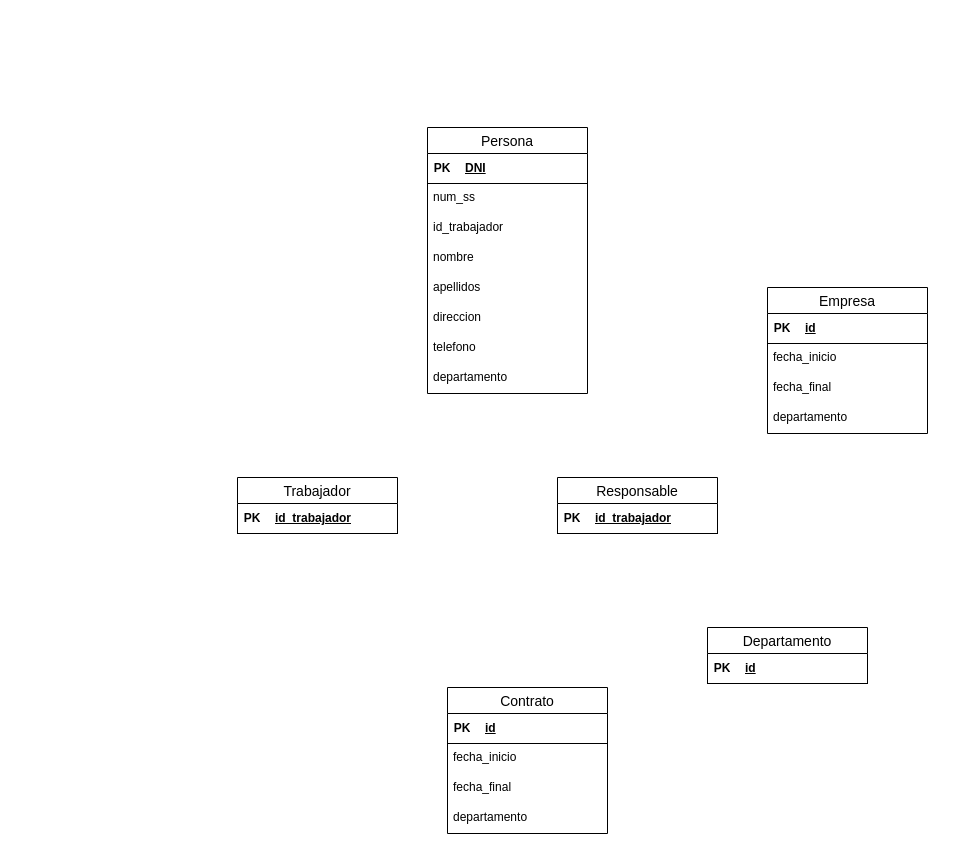
The draw.io diagram Exercici 7.drawio in Daninuro/diagrames-cvf-dn-mpl-n-11102023, before the edit. Source tidied: cells renumbered, new cells numbered last; positions are measured from the earlier drawing's top-left corner, leaving out a move shared by most shapes. Both pictures are drawn from the tidied source at 100%, with x=0, y=0 at pixel (237, 127).
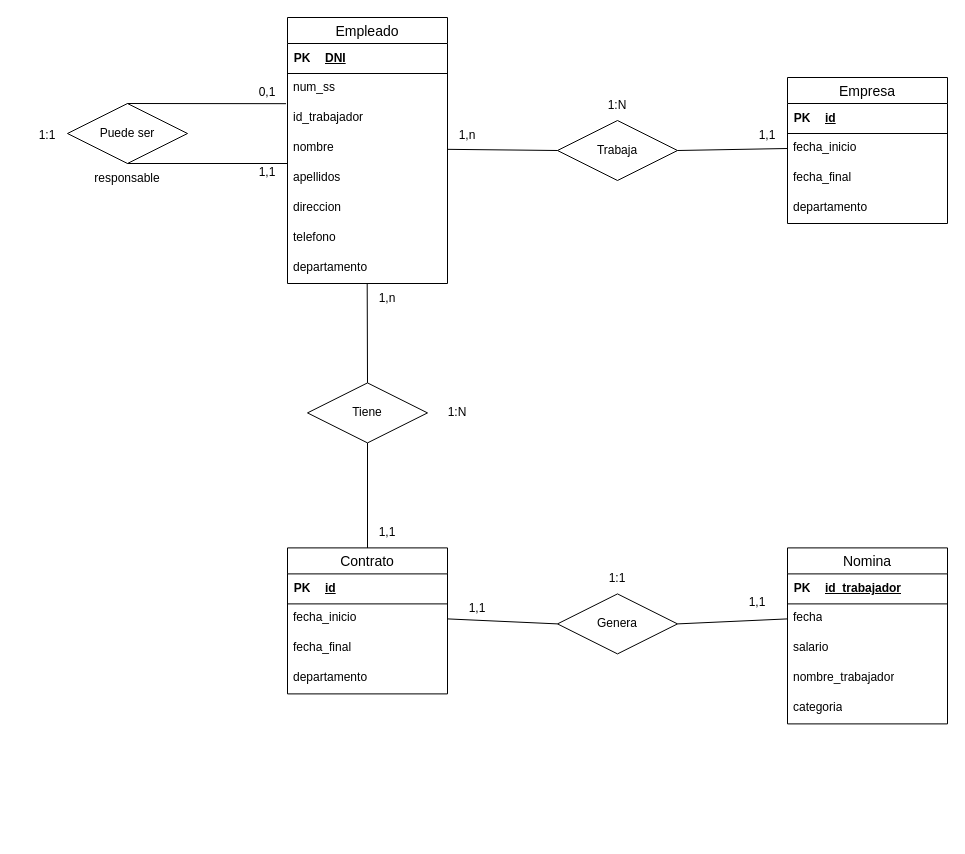
After the change.

Unchanged cells that the change refers to:
```xml
<mxCell id="7" value="num_ss" style="text;strokeColor=none;fillColor=none;spacingLeft=4;spacingRight=4;overflow=hidden;points=[[0,0.5],[1,0.5]];portConstraint=eastwest;fontSize=12;whiteSpace=wrap;html=1;" parent="2" vertex="1">
  <mxGeometry y="56" width="160" height="30" as="geometry" />
</mxCell>
<mxCell id="9" value="nombre" style="text;strokeColor=none;fillColor=none;spacingLeft=4;spacingRight=4;overflow=hidden;points=[[0,0.5],[1,0.5]];portConstraint=eastwest;fontSize=12;whiteSpace=wrap;html=1;" parent="2" vertex="1">
  <mxGeometry y="116" width="160" height="30" as="geometry" />
</mxCell>
<mxCell id="19" value="fecha_inicio" style="text;strokeColor=none;fillColor=none;spacingLeft=4;spacingRight=4;overflow=hidden;points=[[0,0.5],[1,0.5]];portConstraint=eastwest;fontSize=12;whiteSpace=wrap;html=1;" parent="14" vertex="1">
  <mxGeometry y="56" width="160" height="30" as="geometry" />
</mxCell>
<mxCell id="42" value="fecha_inicio" style="text;strokeColor=none;fillColor=none;spacingLeft=4;spacingRight=4;overflow=hidden;points=[[0,0.5],[1,0.5]];portConstraint=eastwest;fontSize=12;whiteSpace=wrap;html=1;" parent="37" vertex="1">
  <mxGeometry y="56" width="160" height="30" as="geometry" />
</mxCell>
```

Change to the diagram source:
```diff
@@
-    <mxCell id="2" value="Persona" style="swimlane;fontStyle=0;horizontal=1;startSize=26;align=center;fontSize=14;" parent="1" vertex="1">
-      <mxGeometry x="190" width="160" height="266" as="geometry" />
+    <mxCell id="2" value="Empleado" style="swimlane;fontStyle=0;horizontal=1;startSize=26;align=center;fontSize=14;" parent="1" vertex="1">
+      <mxGeometry x="50" y="-110" width="160" height="266" as="geometry" />
     </mxCell>
@@
     <mxCell id="14" value="Contrato" style="swimlane;fontStyle=0;horizontal=1;startSize=26;align=center;fontSize=14;" parent="1" vertex="1">
-      <mxGeometry x="210" y="560" width="160" height="146" as="geometry" />
+      <mxGeometry x="50" y="420.4" width="160" height="146" as="geometry" />
     </mxCell>
@@
-    <mxCell id="22" value="Trabajador" style="swimlane;fontStyle=0;horizontal=1;startSize=26;align=center;fontSize=14;" parent="1" vertex="1">
-      <mxGeometry y="350" width="160" height="56" as="geometry" />
-    </mxCell>
-    <mxCell id="23" style="shape=table;startSize=0;childLayout=tableLayout;rowLines=0;fontStyle=0;align=center;strokeColor=none;fillColor=none;" parent="22" vertex="1">
-      <mxGeometry y="26" width="160" height="30" as="geometry" />
-    </mxCell>
-    <mxCell id="24" style="shape=tableRow;horizontal=0;startSize=0;swimlaneHead=0;swimlaneBody=0;fillColor=none;top=0;left=0;right=0;bottom=1;" parent="23" vertex="1">
-      <mxGeometry width="160" height="30" as="geometry" />
-    </mxCell>
-    <mxCell id="25" value="PK" style="shape=partialRectangle;fillColor=none;top=0;left=0;bottom=0;right=0;fontStyle=1;overflow=hidden;whiteSpace=wrap;html=1;" parent="24" vertex="1">
-      <mxGeometry width="30" height="30" as="geometry" />
-    </mxCell>
-    <mxCell id="26" value="id_trabajador" style="shape=partialRectangle;fillColor=none;top=0;left=0;bottom=0;right=0;align=left;spacingLeft=6;fontStyle=5;overflow=hidden;whiteSpace=wrap;html=1;" parent="24" vertex="1">
-      <mxGeometry x="30" width="130" height="30" as="geometry" />
-    </mxCell>
-    <mxCell id="27" value="Responsable" style="swimlane;fontStyle=0;horizontal=1;startSize=26;align=center;fontSize=14;" parent="1" vertex="1">
-      <mxGeometry x="320" y="350" width="160" height="56" as="geometry" />
-    </mxCell>
-    <mxCell id="28" style="shape=table;startSize=0;childLayout=tableLayout;rowLines=0;fontStyle=0;align=center;strokeColor=none;fillColor=none;" parent="27" vertex="1">
-      <mxGeometry y="26" width="160" height="30" as="geometry" />
-    </mxCell>
-    <mxCell id="29" style="shape=tableRow;horizontal=0;startSize=0;swimlaneHead=0;swimlaneBody=0;fillColor=none;top=0;left=0;right=0;bottom=1;" parent="28" vertex="1">
-      <mxGeometry width="160" height="30" as="geometry" />
-    </mxCell>
-    <mxCell id="30" value="PK" style="shape=partialRectangle;fillColor=none;top=0;left=0;bottom=0;right=0;fontStyle=1;overflow=hidden;whiteSpace=wrap;html=1;" parent="29" vertex="1">
-      <mxGeometry width="30" height="30" as="geometry" />
-    </mxCell>
-    <mxCell id="31" value="id_trabajador" style="shape=partialRectangle;fillColor=none;top=0;left=0;bottom=0;right=0;align=left;spacingLeft=6;fontStyle=5;overflow=hidden;whiteSpace=wrap;html=1;" parent="29" vertex="1">
-      <mxGeometry x="30" width="130" height="30" as="geometry" />
-    </mxCell>
-    <mxCell id="32" value="Departamento" style="swimlane;fontStyle=0;horizontal=1;startSize=26;align=center;fontSize=14;" parent="1" vertex="1">
-      <mxGeometry x="470" y="500" width="160" height="56" as="geometry" />
-    </mxCell>
-    <mxCell id="33" style="shape=table;startSize=0;childLayout=tableLayout;rowLines=0;fontStyle=0;align=center;strokeColor=none;fillColor=none;" parent="32" vertex="1">
-      <mxGeometry y="26" width="160" height="30" as="geometry" />
-    </mxCell>
-    <mxCell id="34" style="shape=tableRow;horizontal=0;startSize=0;swimlaneHead=0;swimlaneBody=0;fillColor=none;top=0;left=0;right=0;bottom=1;" parent="33" vertex="1">
-      <mxGeometry width="160" height="30" as="geometry" />
-    </mxCell>
-    <mxCell id="35" value="PK" style="shape=partialRectangle;fillColor=none;top=0;left=0;bottom=0;right=0;fontStyle=1;overflow=hidden;whiteSpace=wrap;html=1;" parent="34" vertex="1">
-      <mxGeometry width="30" height="30" as="geometry" />
-    </mxCell>
-    <mxCell id="36" value="id" style="shape=partialRectangle;fillColor=none;top=0;left=0;bottom=0;right=0;align=left;spacingLeft=6;fontStyle=5;overflow=hidden;whiteSpace=wrap;html=1;" parent="34" vertex="1">
-      <mxGeometry x="30" width="130" height="30" as="geometry" />
-    </mxCell>
     <mxCell id="37" value="Empresa" style="swimlane;fontStyle=0;horizontal=1;startSize=26;align=center;fontSize=14;" parent="1" vertex="1">
-      <mxGeometry x="530" y="160" width="160" height="146" as="geometry" />
+      <mxGeometry x="550" y="-50" width="160" height="146" as="geometry" />
     </mxCell>
@@
+    <mxCell id="45" value="Nomina" style="swimlane;fontStyle=0;horizontal=1;startSize=26;align=center;fontSize=14;" parent="1" vertex="1">
+      <mxGeometry x="550" y="420.4" width="160" height="176" as="geometry" />
+    </mxCell>
+    <mxCell id="46" style="shape=table;startSize=0;childLayout=tableLayout;rowLines=0;fontStyle=0;align=center;strokeColor=none;fillColor=none;" parent="45" vertex="1">
+      <mxGeometry y="26" width="160" height="30" as="geometry" />
+    </mxCell>
+    <mxCell id="47" style="shape=tableRow;horizontal=0;startSize=0;swimlaneHead=0;swimlaneBody=0;fillColor=none;top=0;left=0;right=0;bottom=1;" parent="46" vertex="1">
+      <mxGeometry width="160" height="30" as="geometry" />
+    </mxCell>
+    <mxCell id="48" value="PK" style="shape=partialRectangle;fillColor=none;top=0;left=0;bottom=0;right=0;fontStyle=1;overflow=hidden;whiteSpace=wrap;html=1;" parent="47" vertex="1">
+      <mxGeometry width="30" height="30" as="geometry" />
+    </mxCell>
+    <mxCell id="49" value="id_trabajador" style="shape=partialRectangle;fillColor=none;top=0;left=0;bottom=0;right=0;align=left;spacingLeft=6;fontStyle=5;overflow=hidden;whiteSpace=wrap;html=1;" parent="47" vertex="1">
+      <mxGeometry x="30" width="130" height="30" as="geometry" />
+    </mxCell>
+    <mxCell id="50" value="fecha" style="text;strokeColor=none;fillColor=none;spacingLeft=4;spacingRight=4;overflow=hidden;points=[[0,0.5],[1,0.5]];portConstraint=eastwest;fontSize=12;whiteSpace=wrap;html=1;" parent="45" vertex="1">
+      <mxGeometry y="56" width="160" height="30" as="geometry" />
+    </mxCell>
+    <mxCell id="51" value="salario" style="text;strokeColor=none;fillColor=none;spacingLeft=4;spacingRight=4;overflow=hidden;fontSize=12;whiteSpace=wrap;html=1;" parent="45" vertex="1">
+      <mxGeometry y="86" width="160" height="30" as="geometry" />
+    </mxCell>
+    <mxCell id="52" value="nombre_trabajador" style="text;strokeColor=none;fillColor=none;spacingLeft=4;spacingRight=4;overflow=hidden;fontSize=12;whiteSpace=wrap;html=1;" parent="45" vertex="1">
+      <mxGeometry y="116" width="160" height="30" as="geometry" />
+    </mxCell>
+    <mxCell id="53" value="categoria" style="text;strokeColor=none;fillColor=none;spacingLeft=4;spacingRight=4;overflow=hidden;fontSize=12;whiteSpace=wrap;html=1;" parent="45" vertex="1">
+      <mxGeometry y="146" width="160" height="30" as="geometry" />
+    </mxCell>
+    <mxCell id="54" value="Tiene" style="shape=rhombus;perimeter=rhombusPerimeter;whiteSpace=wrap;html=1;align=center;" parent="1" vertex="1">
+      <mxGeometry x="70" y="255.4" width="120" height="60" as="geometry" />
+    </mxCell>
+    <mxCell id="55" value="Genera" style="shape=rhombus;perimeter=rhombusPerimeter;whiteSpace=wrap;html=1;align=center;" parent="1" vertex="1">
+      <mxGeometry x="320" y="466.4" width="120" height="60" as="geometry" />
+    </mxCell>
+    <mxCell id="56" value="Trabaja" style="shape=rhombus;perimeter=rhombusPerimeter;whiteSpace=wrap;html=1;align=center;" parent="1" vertex="1">
+      <mxGeometry x="320" y="-7" width="120" height="60" as="geometry" />
+    </mxCell>
+    <mxCell id="57" style="endArrow=none;html=1;rounded=0;entryX=0;entryY=0.5;entryDx=0;entryDy=0;exitX=1;exitY=0.5;exitDx=0;exitDy=0;" parent="1" edge="1" source="56" target="42">
+      <mxGeometry relative="1" as="geometry" />
+    </mxCell>
+    <mxCell id="58" style="endArrow=none;html=1;rounded=0;entryX=0;entryY=0.5;entryDx=0;entryDy=0;" parent="1" edge="1" source="9" target="56">
+      <mxGeometry relative="1" as="geometry" />
+    </mxCell>
+    <mxCell id="59" style="endArrow=none;html=1;rounded=0;entryX=0.5;entryY=0;entryDx=0;entryDy=0;exitX=0.498;exitY=0.987;exitDx=0;exitDy=0;exitPerimeter=0;" parent="1" edge="1" target="54">
+      <mxGeometry relative="1" as="geometry">
+        <mxPoint x="129.7" y="156" as="sourcePoint" />
+      </mxGeometry>
+    </mxCell>
+    <mxCell id="60" style="endArrow=none;html=1;rounded=0;entryX=0.5;entryY=1;entryDx=0;entryDy=0;exitX=0.5;exitY=0;exitDx=0;exitDy=0;" parent="1" edge="1" source="14" target="54">
+      <mxGeometry relative="1" as="geometry" />
+    </mxCell>
+    <mxCell id="61" style="endArrow=none;html=1;rounded=0;exitX=1;exitY=0.5;exitDx=0;exitDy=0;entryX=0;entryY=0.5;entryDx=0;entryDy=0;" parent="1" edge="1" source="55" target="50">
+      <mxGeometry relative="1" as="geometry" />
+    </mxCell>
+    <mxCell id="62" style="endArrow=none;html=1;rounded=0;exitX=1;exitY=0.5;exitDx=0;exitDy=0;entryX=0;entryY=0.5;entryDx=0;entryDy=0;" parent="1" edge="1" source="19" target="55">
+      <mxGeometry relative="1" as="geometry" />
+    </mxCell>
+    <mxCell id="63" value="1,n" style="text;html=1;strokeColor=none;fillColor=none;align=center;verticalAlign=middle;whiteSpace=wrap;rounded=0;" parent="1" vertex="1">
+      <mxGeometry x="120" y="156.4" width="60" height="30" as="geometry" />
+    </mxCell>
+    <mxCell id="64" value="1:N" style="text;html=1;strokeColor=none;fillColor=none;align=center;verticalAlign=middle;whiteSpace=wrap;rounded=0;" parent="1" vertex="1">
+      <mxGeometry x="350" y="-37" width="60" height="30" as="geometry" />
+    </mxCell>
+    <mxCell id="65" value="1,n" style="text;html=1;strokeColor=none;fillColor=none;align=center;verticalAlign=middle;whiteSpace=wrap;rounded=0;" parent="1" vertex="1">
+      <mxGeometry x="200" y="-7" width="60" height="30" as="geometry" />
+    </mxCell>
+    <mxCell id="66" value="1,1" style="text;html=1;strokeColor=none;fillColor=none;align=center;verticalAlign=middle;whiteSpace=wrap;rounded=0;" parent="1" vertex="1">
+      <mxGeometry x="500" y="-7" width="60" height="30" as="geometry" />
+    </mxCell>
+    <mxCell id="67" value="1,1" style="text;html=1;strokeColor=none;fillColor=none;align=center;verticalAlign=middle;whiteSpace=wrap;rounded=0;" parent="1" vertex="1">
+      <mxGeometry x="120" y="390.4" width="60" height="30" as="geometry" />
+    </mxCell>
+    <mxCell id="68" value="1,1" style="text;html=1;strokeColor=none;fillColor=none;align=center;verticalAlign=middle;whiteSpace=wrap;rounded=0;" parent="1" vertex="1">
+      <mxGeometry x="210" y="466.4" width="60" height="30" as="geometry" />
+    </mxCell>
+    <mxCell id="69" value="1:1" style="text;html=1;strokeColor=none;fillColor=none;align=center;verticalAlign=middle;whiteSpace=wrap;rounded=0;" parent="1" vertex="1">
+      <mxGeometry x="350" y="436.4" width="60" height="30" as="geometry" />
+    </mxCell>
+    <mxCell id="70" value="1,1" style="text;html=1;strokeColor=none;fillColor=none;align=center;verticalAlign=middle;whiteSpace=wrap;rounded=0;" parent="1" vertex="1">
+      <mxGeometry x="490" y="460.4" width="60" height="30" as="geometry" />
+    </mxCell>
+    <mxCell id="71" value="1:N" style="text;html=1;strokeColor=none;fillColor=none;align=center;verticalAlign=middle;whiteSpace=wrap;rounded=0;" parent="1" vertex="1">
+      <mxGeometry x="190" y="270.4" width="60" height="30" as="geometry" />
+    </mxCell>
+    <mxCell id="72" value="Puede ser" style="shape=rhombus;perimeter=rhombusPerimeter;whiteSpace=wrap;html=1;align=center;" parent="1" vertex="1">
+      <mxGeometry x="-170" y="-24" width="120" height="60" as="geometry" />
+    </mxCell>
+    <mxCell id="73" style="endArrow=none;html=1;rounded=0;" parent="1" edge="1">
+      <mxGeometry relative="1" as="geometry">
+        <mxPoint x="-110" y="36" as="sourcePoint" />
+        <mxPoint x="50" y="36" as="targetPoint" />
+      </mxGeometry>
+    </mxCell>
+    <mxCell id="74" value="responsable" style="text;html=1;strokeColor=none;fillColor=none;align=center;verticalAlign=middle;whiteSpace=wrap;rounded=0;" parent="1" vertex="1">
+      <mxGeometry x="-140" y="36" width="60" height="30" as="geometry" />
+    </mxCell>
+    <mxCell id="75" style="endArrow=none;html=1;rounded=0;exitX=0.5;exitY=0;exitDx=0;exitDy=0;entryX=-0.009;entryY=1.006;entryDx=0;entryDy=0;entryPerimeter=0;" parent="1" edge="1" source="72" target="7">
+      <mxGeometry relative="1" as="geometry" />
+    </mxCell>
+    <mxCell id="76" value="1,1" style="text;html=1;strokeColor=none;fillColor=none;align=center;verticalAlign=middle;whiteSpace=wrap;rounded=0;" parent="1" vertex="1">
+      <mxGeometry y="30" width="60" height="30" as="geometry" />
+    </mxCell>
+    <mxCell id="77" value="0,1" style="text;html=1;strokeColor=none;fillColor=none;align=center;verticalAlign=middle;whiteSpace=wrap;rounded=0;" parent="1" vertex="1">
+      <mxGeometry y="-50" width="60" height="30" as="geometry" />
+    </mxCell>
+    <mxCell id="78" value="1:1" style="text;html=1;strokeColor=none;fillColor=none;align=center;verticalAlign=middle;whiteSpace=wrap;rounded=0;" parent="1" vertex="1">
+      <mxGeometry x="-220" y="-7" width="60" height="30" as="geometry" />
+    </mxCell>
```
